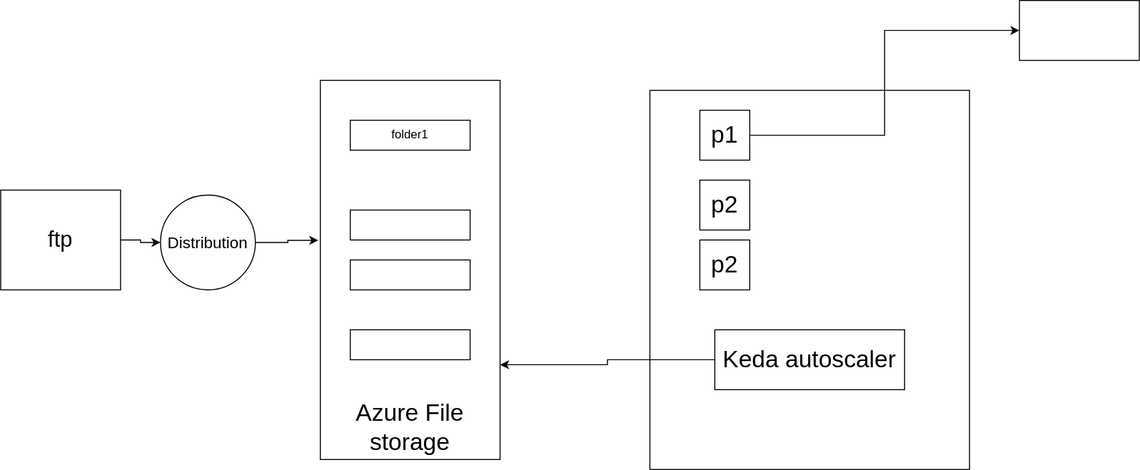
Before: pdfextractk8s.svg, a diagram exported from draw.io (vjavle/invoicecloud). Source tidied: cells renumbered, new cells last; positions are measured from the earlier drawing's top-left corner, leaving out a move shared by most shapes.
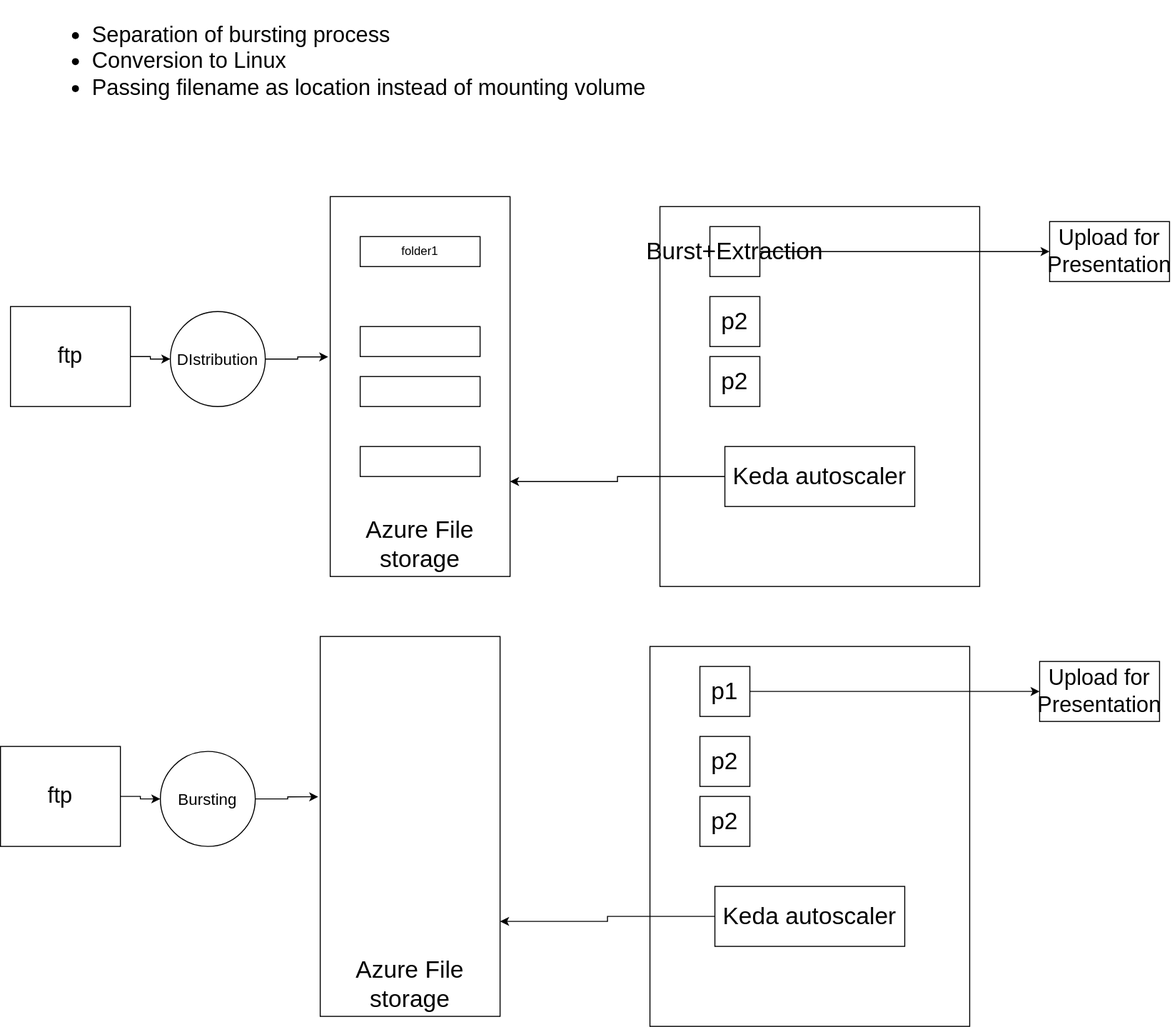
The same diagram one commit later.

The edit, as a diff of the source:
```diff
@@ -29,13 +29,13 @@
     <mxCell id="10" style="edgeStyle=orthogonalEdgeStyle;rounded=0;jettySize=auto;html=1;entryX=-0.011;entryY=0.422;entryDx=0;entryDy=0;entryPerimeter=0;fontSize=22;" parent="1" edge="1" source="11" target="3">
       <mxGeometry relative="1" as="geometry" />
     </mxCell>
-    <mxCell id="11" value="Distribution" style="ellipse;whiteSpace=wrap;html=1;fontSize=16;" parent="1" vertex="1">
+    <mxCell id="11" value="DIstribution" style="ellipse;whiteSpace=wrap;html=1;fontSize=16;" parent="1" vertex="1">
       <mxGeometry x="160" y="195" width="95" height="95" as="geometry" />
     </mxCell>
     <mxCell id="12" style="edgeStyle=orthogonalEdgeStyle;rounded=0;jettySize=auto;html=1;entryX=0;entryY=0.5;entryDx=0;entryDy=0;fontSize=22;" parent="1" edge="1" source="13" target="18">
       <mxGeometry relative="1" as="geometry" />
     </mxCell>
-    <mxCell id="13" value="p1" style="whiteSpace=wrap;html=1;fontSize=24;" parent="1" vertex="1">
+    <mxCell id="13" value="Burst+Extraction" style="whiteSpace=wrap;html=1;fontSize=24;" parent="1" vertex="1">
       <mxGeometry x="700" y="110" width="50" height="50" as="geometry" />
     </mxCell>
     <mxCell id="14" value="p2" style="whiteSpace=wrap;html=1;fontSize=24;" parent="1" vertex="1">
@@ -50,8 +50,50 @@
     <mxCell id="17" value="p2" style="whiteSpace=wrap;html=1;fontSize=24;" parent="1" vertex="1">
       <mxGeometry x="700" y="180" width="50" height="50" as="geometry" />
     </mxCell>
-    <mxCell id="18" style="rounded=0;whiteSpace=wrap;html=1;fontSize=22;" parent="1" vertex="1">
-      <mxGeometry x="1020" width="120" height="60" as="geometry" />
+    <mxCell id="18" value="Upload for Presentation" style="rounded=0;whiteSpace=wrap;html=1;fontSize=22;" parent="1" vertex="1">
+      <mxGeometry x="1040" y="105" width="120" height="60" as="geometry" />
     </mxCell>
+    <mxCell id="19" value="&lt;ul&gt;&lt;li&gt;Separation of bursting process&lt;/li&gt;&lt;li&gt;Conversion to Linux&lt;/li&gt;&lt;li&gt;Passing filename as location instead of mounting volume&lt;/li&gt;&lt;/ul&gt;" style="text;html=1;strokeColor=none;fillColor=none;align=left;verticalAlign=middle;whiteSpace=wrap;rounded=0;fontSize=22;" parent="1" vertex="1">
+      <mxGeometry x="40" y="-70" width="660" height="30" as="geometry" />
+    </mxCell>
+    <mxCell id="20" style="rounded=0;whiteSpace=wrap;html=1;fontSize=24;" parent="1" vertex="1">
+      <mxGeometry x="640" y="530" width="320" height="380" as="geometry" />
+    </mxCell>
+    <mxCell id="21" value="Azure File storage" style="rounded=0;whiteSpace=wrap;html=1;verticalAlign=bottom;fontSize=24;" parent="1" vertex="1">
+      <mxGeometry x="310" y="520" width="180" height="380" as="geometry" />
+    </mxCell>
+    <mxCell id="22" style="edgeStyle=orthogonalEdgeStyle;rounded=0;jettySize=auto;html=1;entryX=0;entryY=0.5;entryDx=0;entryDy=0;" parent="1" edge="1" source="23" target="25">
+      <mxGeometry relative="1" as="geometry" />
+    </mxCell>
+    <mxCell id="23" value="ftp" style="rounded=0;whiteSpace=wrap;html=1;fontSize=22;" parent="1" vertex="1">
+      <mxGeometry x="-10" y="630" width="120" height="100" as="geometry" />
+    </mxCell>
+    <mxCell id="24" style="edgeStyle=orthogonalEdgeStyle;rounded=0;jettySize=auto;html=1;entryX=-0.011;entryY=0.422;entryDx=0;entryDy=0;entryPerimeter=0;fontSize=22;" parent="1" edge="1" source="25" target="21">
+      <mxGeometry relative="1" as="geometry" />
+    </mxCell>
+    <mxCell id="25" value="Bursting" style="ellipse;whiteSpace=wrap;html=1;fontSize=16;" parent="1" vertex="1">
+      <mxGeometry x="150" y="635" width="95" height="95" as="geometry" />
+    </mxCell>
+    <mxCell id="26" style="edgeStyle=orthogonalEdgeStyle;rounded=0;jettySize=auto;html=1;entryX=0;entryY=0.5;entryDx=0;entryDy=0;fontSize=22;" parent="1" edge="1" source="27" target="32">
+      <mxGeometry relative="1" as="geometry" />
+    </mxCell>
+    <mxCell id="27" value="p1" style="whiteSpace=wrap;html=1;fontSize=24;" parent="1" vertex="1">
+      <mxGeometry x="690" y="550" width="50" height="50" as="geometry" />
+    </mxCell>
+    <mxCell id="28" value="p2" style="whiteSpace=wrap;html=1;fontSize=24;" parent="1" vertex="1">
+      <mxGeometry x="690" y="680" width="50" height="50" as="geometry" />
+    </mxCell>
+    <mxCell id="29" style="edgeStyle=orthogonalEdgeStyle;rounded=0;jettySize=auto;html=1;entryX=1;entryY=0.75;entryDx=0;entryDy=0;fontSize=24;" parent="1" edge="1" source="30" target="21">
+      <mxGeometry relative="1" as="geometry" />
+    </mxCell>
+    <mxCell id="30" value="Keda autoscaler" style="rounded=0;whiteSpace=wrap;html=1;fontSize=24;" parent="1" vertex="1">
+      <mxGeometry x="705" y="770" width="190" height="60" as="geometry" />
+    </mxCell>
+    <mxCell id="31" value="p2" style="whiteSpace=wrap;html=1;fontSize=24;" parent="1" vertex="1">
+      <mxGeometry x="690" y="620" width="50" height="50" as="geometry" />
+    </mxCell>
+    <mxCell id="32" value="Upload for Presentation" style="rounded=0;whiteSpace=wrap;html=1;fontSize=22;" parent="1" vertex="1">
+      <mxGeometry x="1030" y="545" width="120" height="60" as="geometry" />
+    </mxCell>
   </root>
 </mxGraphModel>
```
